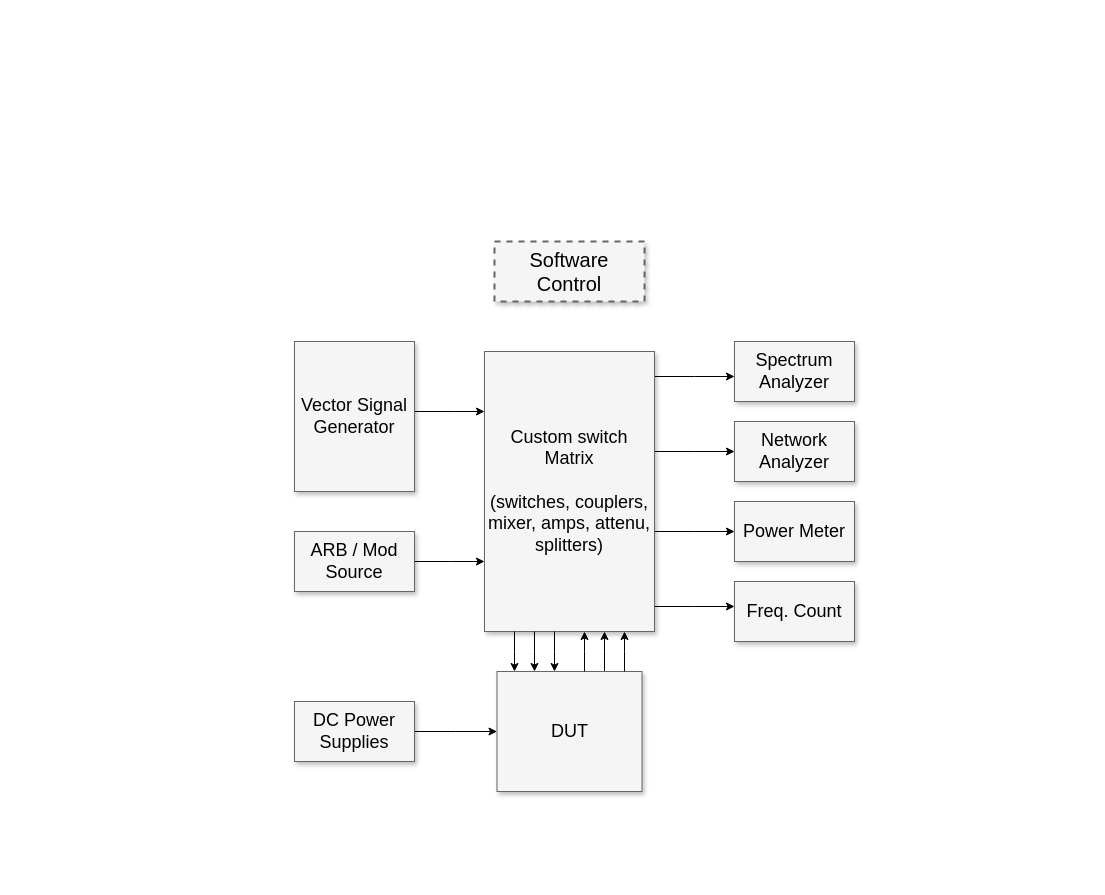
Above: Design overview/Servo_controller_system_diagram.drawio in tretron/Open_servo (draw.io), before the change. Source tidied: cells renumbered, new cells numbered last; positions are measured from the earlier drawing's top-left corner, leaving out a move shared by most shapes. Both pictures are drawn from the tidied source at 100%, with x=0, y=0 at pixel (294, 241).
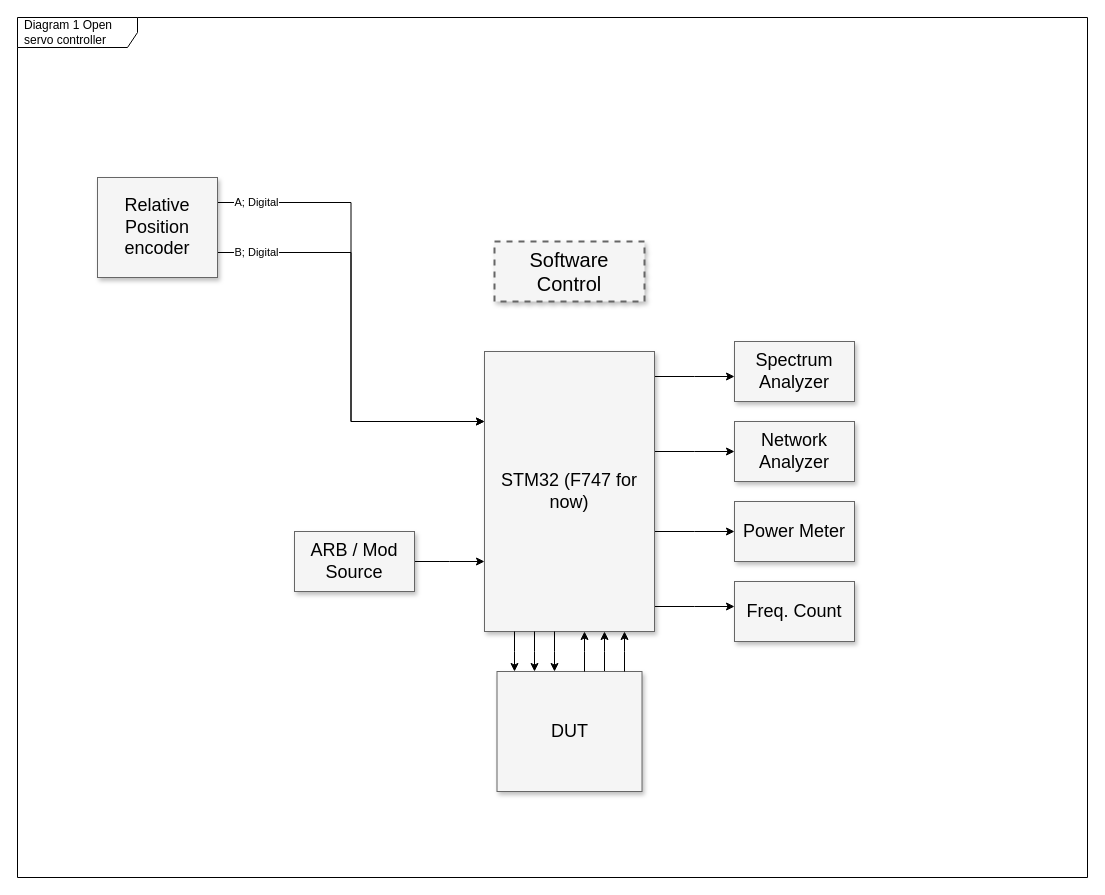
Above is the later version.

Unchanged cells that the change refers to:
```xml
<mxCell id="17" value="DUT" style="whiteSpace=wrap;html=1;shadow=1;fontSize=18;fillColor=#f5f5f5;strokeColor=#666666;" parent="1" vertex="1">
  <mxGeometry x="202.5" y="430" width="145" height="120" as="geometry" />
</mxCell>
```

What changed in the source:
```diff
@@
-    <mxCell id="8" value="Custom switch Matrix&lt;div&gt;&lt;br&gt;&lt;/div&gt;&lt;div&gt;(switches, couplers, mixer, amps, attenu, splitters)&lt;/div&gt;" style="whiteSpace=wrap;html=1;shadow=1;fontSize=18;fillColor=#f5f5f5;strokeColor=#666666;" parent="1" vertex="1">
+    <mxCell id="8" value="STM32 (F747 for now)" style="whiteSpace=wrap;html=1;shadow=1;fontSize=18;fillColor=#f5f5f5;strokeColor=#666666;" parent="1" vertex="1">
       <mxGeometry x="190" y="110" width="170" height="280" as="geometry" />
     </mxCell>
@@
-    <mxCell id="13" style="edgeStyle=elbowEdgeStyle;rounded=0;html=1;startArrow=none;startFill=0;jettySize=auto;fontSize=18;elbow=vertical;" parent="1" edge="1" source="14" target="8">
-      <mxGeometry relative="1" as="geometry">
-        <Array as="points">
-          <mxPoint x="160" y="170" />
-        </Array>
-      </mxGeometry>
-    </mxCell>
+    <mxCell id="25" value="A; Digital" style="edgeStyle=orthogonalEdgeStyle;rounded=0;jettySize=auto;html=1;exitX=1;exitY=0.25;exitDx=0;exitDy=0;entryX=0;entryY=0.25;entryDx=0;entryDy=0;" parent="1" edge="1" source="14" target="8">
+      <mxGeometry x="-0.84" relative="1" as="geometry" />
+    </mxCell>
+    <mxCell id="26" value="B; Digital" style="edgeStyle=orthogonalEdgeStyle;rounded=0;jettySize=auto;html=1;exitX=1;exitY=0.75;exitDx=0;exitDy=0;entryX=0;entryY=0.25;entryDx=0;entryDy=0;" parent="1" edge="1" source="14" target="8">
+      <mxGeometry x="-0.82" relative="1" as="geometry" />
+    </mxCell>
-    <mxCell id="14" value="Vector Signal Generator" style="whiteSpace=wrap;html=1;shadow=1;fontSize=18;fillColor=#f5f5f5;strokeColor=#666666;" parent="1" vertex="1">
-      <mxGeometry y="100" width="120" height="150" as="geometry" />
+    <mxCell id="14" value="Relative Position encoder" style="whiteSpace=wrap;html=1;shadow=1;fontSize=18;fillColor=#f5f5f5;strokeColor=#666666;" parent="1" vertex="1">
+      <mxGeometry x="-197" y="-64" width="120" height="100" as="geometry" />
     </mxCell>
@@
-    <mxCell id="18" style="edgeStyle=elbowEdgeStyle;rounded=0;html=1;startArrow=none;startFill=0;jettySize=auto;fontSize=18;elbow=vertical;" parent="1" edge="1" source="19" target="17">
-      <mxGeometry relative="1" as="geometry" />
-    </mxCell>
-    <mxCell id="19" value="DC Power Supplies" style="whiteSpace=wrap;html=1;shadow=1;fontSize=18;fillColor=#f5f5f5;strokeColor=#666666;" parent="1" vertex="1">
-      <mxGeometry y="460" width="120" height="60" as="geometry" />
-    </mxCell>
@@
+    <mxCell id="27" value="Diagram 1 Open servo controller" style="shape=umlFrame;whiteSpace=wrap;html=1;width=120;height=30;boundedLbl=1;verticalAlign=middle;align=left;spacingLeft=5;" parent="1" vertex="1">
+      <mxGeometry x="-277" y="-224" width="1070" height="860" as="geometry" />
+    </mxCell>
```
